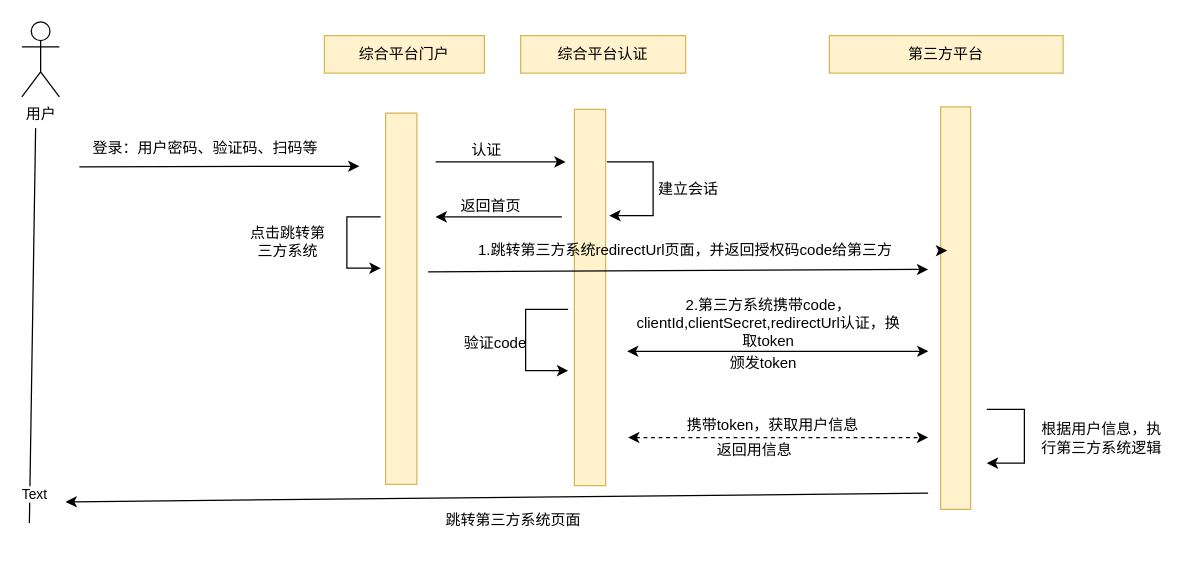
This is 未命名绘图.drawio from borishuang0527/my, a draw.io file, before an edit. Source tidied: cells renumbered, new cells numbered last; positions are measured from the earlier drawing's top-left corner, leaving out a move shared by most shapes. Both pictures are drawn from the tidied source at 125%, with x=0, y=0 at pixel (21, 21).
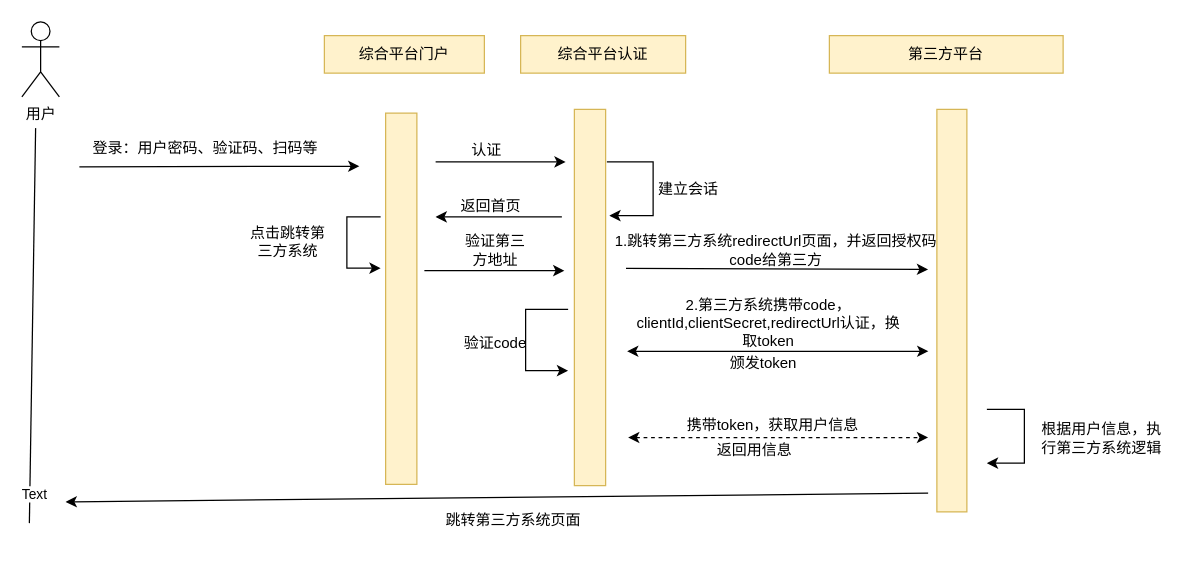
After the change.

Commit message:
更新未命名绘图.drawio

The edit, as a diff of the source:
```diff
@@
     <mxCell id="3" style="verticalLabelPosition=bottom;verticalAlign=top;html=1;shape=mxgraph.basic.rect;fillColor2=none;strokeWidth=1;size=20;indent=5;fillColor=#fff2cc;strokeColor=#d6b656;" parent="1" vertex="1">
-      <mxGeometry x="735" y="68" width="24" height="322" as="geometry" />
+      <mxGeometry x="732" y="70" width="24" height="322" as="geometry" />
     </mxCell>
@@
-    <mxCell id="21" style="edgeStyle=none;orthogonalLoop=1;jettySize=auto;html=1;rounded=0;" parent="1" edge="1">
+    <mxCell id="21" style="edgeStyle=none;jettySize=auto;html=1;rounded=0;exitX=0.043;exitY=0.973;exitDx=0;exitDy=0;exitPerimeter=0;" parent="1" edge="1" source="22">
       <mxGeometry relative="1" as="geometry">
-        <mxPoint x="325" y="200" as="sourcePoint" />
         <mxPoint x="725" y="198" as="targetPoint" />
       </mxGeometry>
     </mxCell>
     <mxCell id="22" value="1.跳转第三方系统redirectUrl页面，并返回授权码code给第三方" style="text;strokeColor=none;align=center;fillColor=none;html=1;verticalAlign=middle;whiteSpace=wrap;rounded=0;" parent="1" vertex="1">
-      <mxGeometry x="327" y="168" width="408" height="30" as="geometry" />
+      <mxGeometry x="472" y="168" width="263" height="30" as="geometry" />
     </mxCell>
@@
-    <mxCell id="35" style="edgeStyle=orthogonalEdgeStyle;rounded=0;jettySize=auto;html=1;exitX=1;exitY=0.5;exitDx=0;exitDy=0;entryX=0.217;entryY=0.357;entryDx=0;entryDy=0;entryPerimeter=0;" parent="1" edge="1" source="22" target="3">
-      <mxGeometry relative="1" as="geometry" />
-    </mxCell>
+    <mxCell id="36" style="endArrow=classic;html=1;rounded=0;" parent="1" edge="1">
+      <mxGeometry relative="1" as="geometry">
+        <mxPoint x="322" y="199" as="sourcePoint" />
+        <mxPoint x="434" y="199" as="targetPoint" />
+      </mxGeometry>
+    </mxCell>
+    <mxCell id="37" value="验证第三方地址" style="text;strokeColor=none;align=center;fillColor=none;html=1;verticalAlign=middle;whiteSpace=wrap;rounded=0;" parent="1" vertex="1">
+      <mxGeometry x="349" y="168" width="60" height="30" as="geometry" />
+    </mxCell>
```
